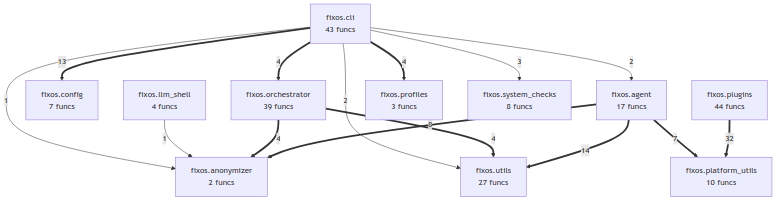
wronai/fixos keeps this Mermaid diagram as project/compact_flow.png. Above is the earlier version. Its source is kept beside it as project/compact_flow.mmd.
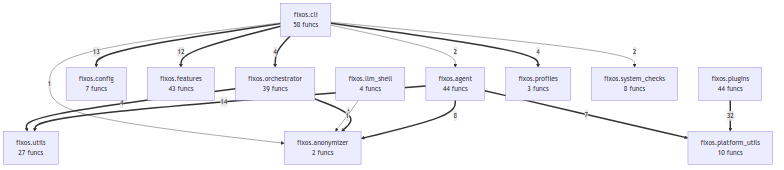
After the change.

Change to the diagram source:
```diff
@@ -1,8 +1,9 @@
 flowchart TD
-    fixos_agent["fixos.agent<br/>17 funcs"]
+    fixos_agent["fixos.agent<br/>44 funcs"]
     fixos_anonymizer["fixos.anonymizer<br/>2 funcs"]
-    fixos_cli["fixos.cli<br/>43 funcs"]
+    fixos_cli["fixos.cli<br/>58 funcs"]
     fixos_config["fixos.config<br/>7 funcs"]
+    fixos_features["fixos.features<br/>43 funcs"]
     fixos_llm_shell["fixos.llm_shell<br/>4 funcs"]
     fixos_orchestrator["fixos.orchestrator<br/>39 funcs"]
     fixos_platform_utils["fixos.platform_utils<br/>10 funcs"]
@@ -13,14 +14,14 @@
     fixos_plugins ==>|32| fixos_platform_utils
     fixos_agent ==>|14| fixos_utils
     fixos_cli ==>|13| fixos_config
+    fixos_cli ==>|12| fixos_features
     fixos_agent ==>|8| fixos_anonymizer
     fixos_agent ==>|7| fixos_platform_utils
+    fixos_cli ==>|4| fixos_profiles
+    fixos_cli ==>|4| fixos_orchestrator
     fixos_orchestrator ==>|4| fixos_anonymizer
     fixos_orchestrator ==>|4| fixos_utils
-    fixos_cli ==>|4| fixos_orchestrator
-    fixos_cli ==>|4| fixos_profiles
-    fixos_cli -->|3| fixos_system_checks
+    fixos_cli -->|2| fixos_system_checks
     fixos_cli -->|2| fixos_agent
-    fixos_cli -->|2| fixos_utils
     fixos_llm_shell -->|1| fixos_anonymizer
     fixos_cli -->|1| fixos_anonymizer
```
